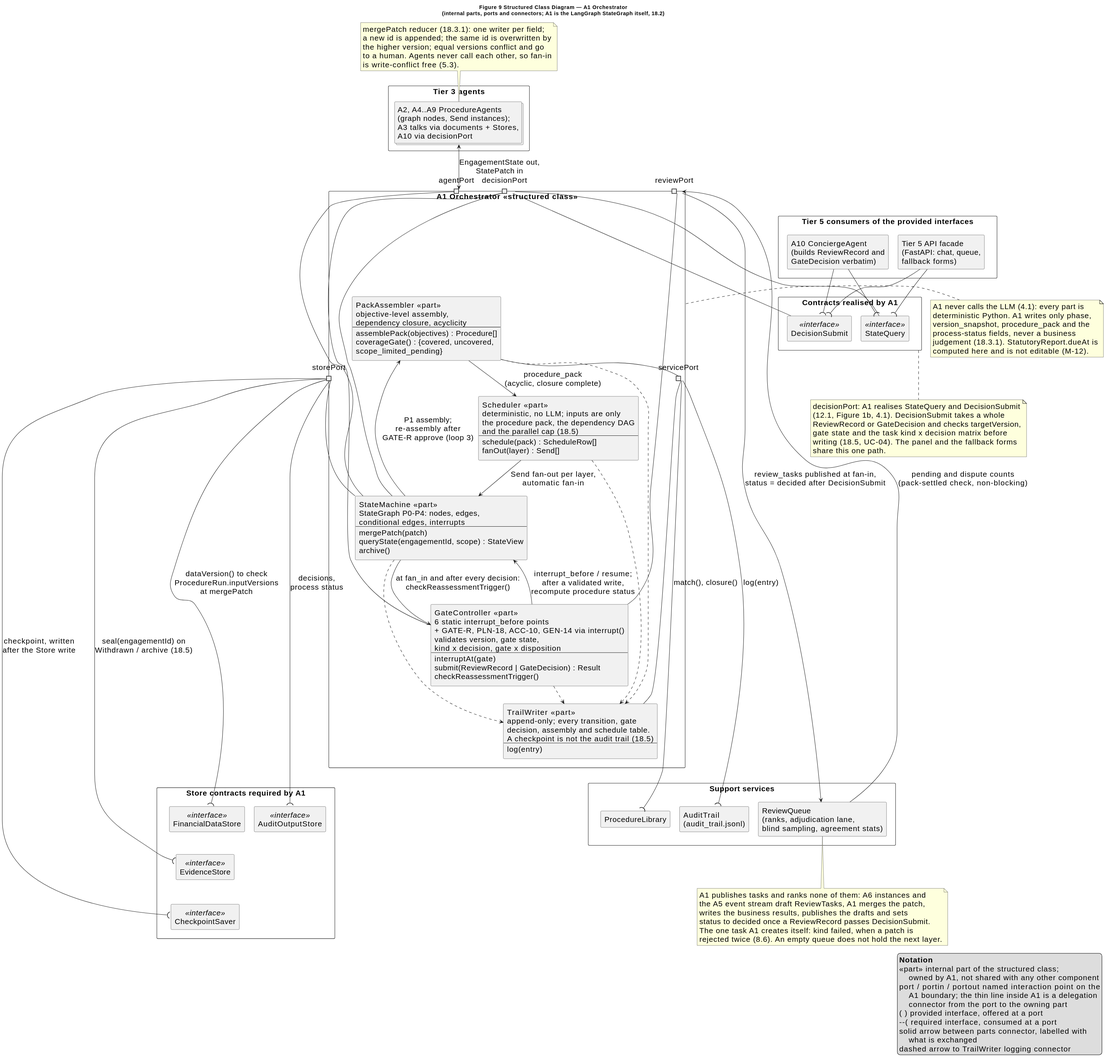
This is diagrams/out/structured_class_a1.svg from SilverHim/audit-agent, a PlantUML export, as it was before one commit.
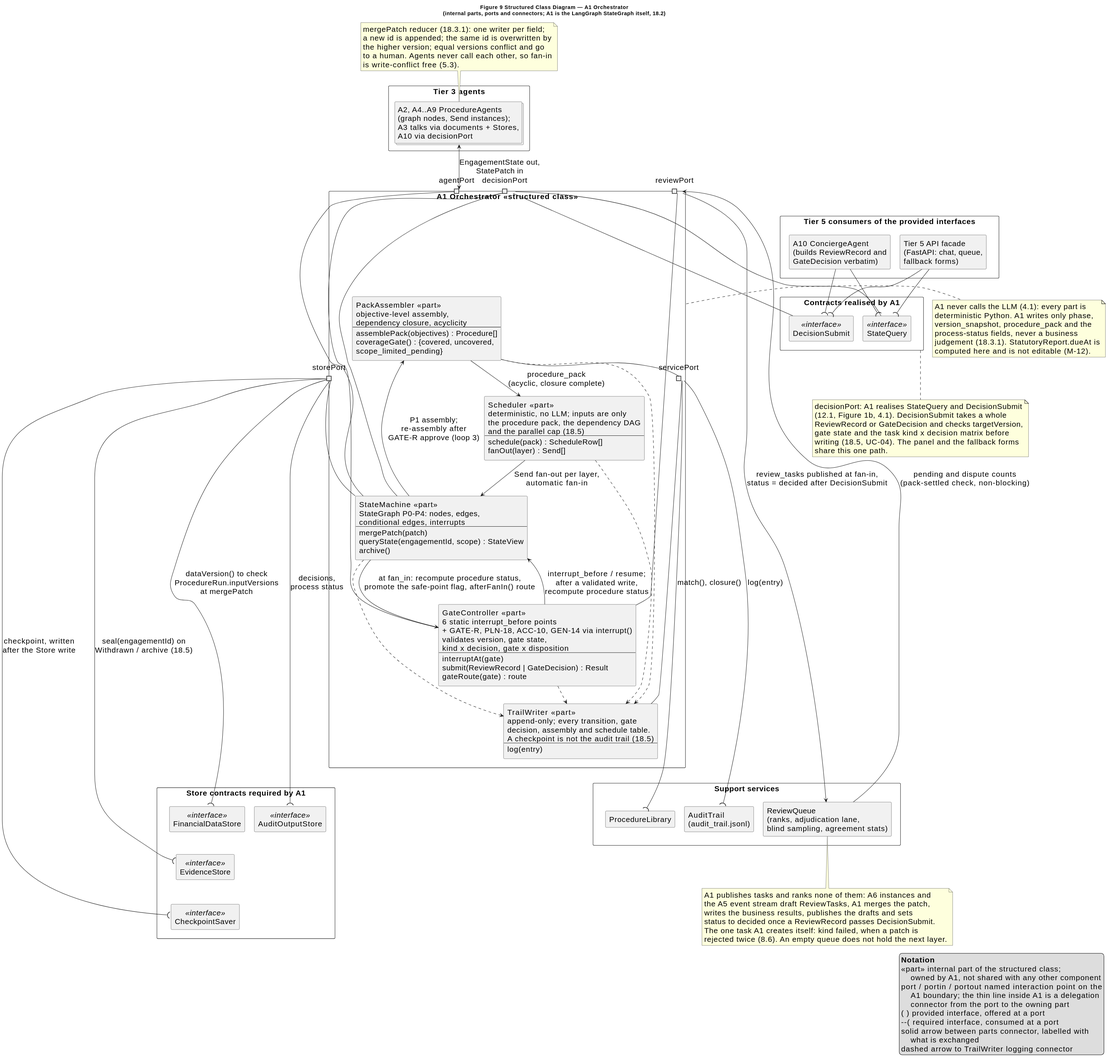
Above is the later version.

The edit, as a diff of the source:
```diff
@@ -45,7 +45,7 @@
   portout servicePort
 
   component "StateMachine   <<part>>\nStateGraph P0-P4: nodes, edges,\nconditional edges, interrupts\n--\nmergePatch(patch)\nqueryState(engagementId, scope) : StateView\narchive()" as SM
-  component "GateController   <<part>>\n6 static interrupt_before points\n+ GATE-R, PLN-18, ACC-10, GEN-14 via interrupt()\nvalidates version, gate state,\nkind x decision, gate x disposition\n--\ninterruptAt(gate)\nsubmit(ReviewRecord | GateDecision) : Result\ncheckReassessmentTrigger()" as GC
+  component "GateController   <<part>>\n6 static interrupt_before points\n+ GATE-R, PLN-18, ACC-10, GEN-14 via interrupt()\nvalidates version, gate state,\nkind x decision, gate x disposition\n--\ninterruptAt(gate)\nsubmit(ReviewRecord | GateDecision) : Result\ngateRoute(gate) : route" as GC
   component "PackAssembler   <<part>>\nobjective-level assembly,\ndependency closure, acyclicity\n--\nassemblePack(objectives) : Procedure[]\ncoverageGate() : {covered, uncovered,\nscope_limited_pending}" as PA
   component "Scheduler   <<part>>\ndeterministic, no LLM; inputs are only\nthe procedure pack, the dependency DAG\nand the parallel cap (18.5)\n--\nschedule(pack) : ScheduleRow[]\nfanOut(layer) : Send[]" as SCH
   component "TrailWriter   <<part>>\nappend-only; every transition, gate\ndecision, assembly and schedule table.\nA checkpoint is not the audit trail (18.5)\n--\nlog(entry)" as TW
@@ -53,7 +53,7 @@
   SM --> PA : P1 assembly;\nre-assembly after\nGATE-R approve (loop 3)
   PA --> SCH : procedure_pack\n(acyclic, closure complete)
   SCH --> SM : Send fan-out per layer,\nautomatic fan-in
-  SM --> GC : at fan_in and after every decision:\ncheckReassessmentTrigger()
+  SM --> GC : at fan_in: recompute procedure status,\npromote the safe-point flag, afterFanIn() route
   GC --> SM : interrupt_before / resume;\nafter a validated write,\nrecompute procedure status
 
   SM ..> TW
```
